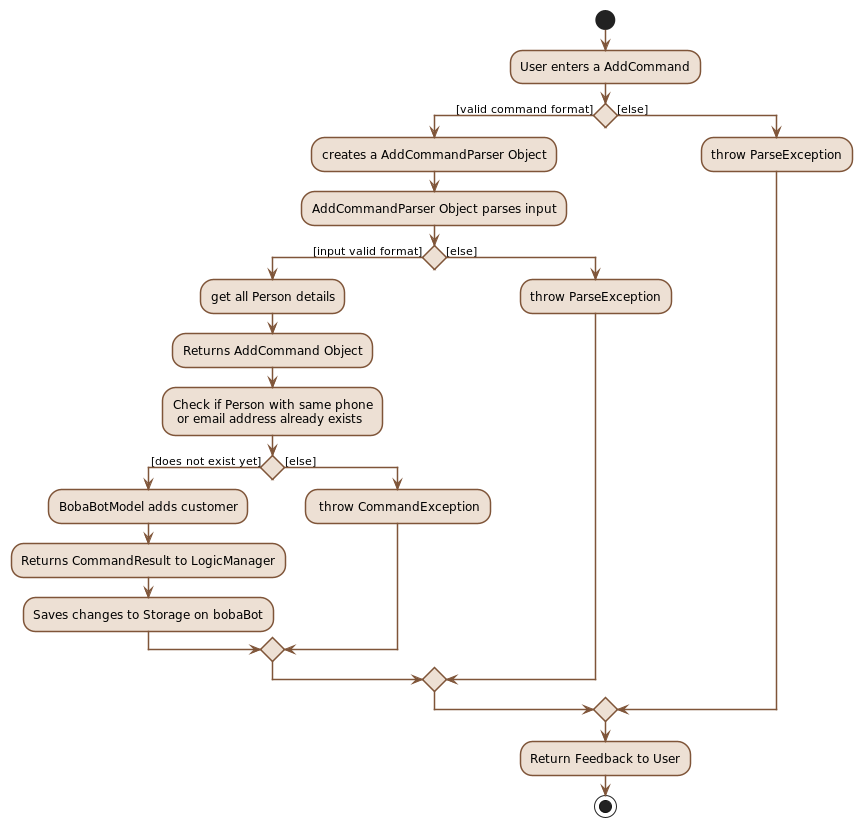
Earlier version of the PlantUML export docs/images/AddActivityDiagram.png (nus-cs2103-AY2223S1/tp). Its diagram source:
```plantuml
@startuml

start
skinparam activityBorderThickness 1.5
skinparam activity {
    BorderColor #7F5539
    BackgroundColor #EDE0D4
    arrowColor #7F5539
}
:User enters a AddCommand;
if () then ([valid command format])
  :creates a AddCommandParser Object;
  :AddCommandParser Object parses input;
    if () then ([input valid format])
      :get all Person details;
      :Returns AddCommand Object;
      :Check if Person with same phone
       or email address already exists;
      if () then ([does not exist yet])
        :BobaBotModel adds customer;
        :Returns CommandResult to LogicManager;
        :Saves changes to Storage on bobaBot;
      else ([else])
        : throw CommandException;
      endif
    else ([else])
      :throw ParseException;
    endif
else ([else])
  :throw ParseException;
endif
:Return Feedback to User;
stop

@enduml
```
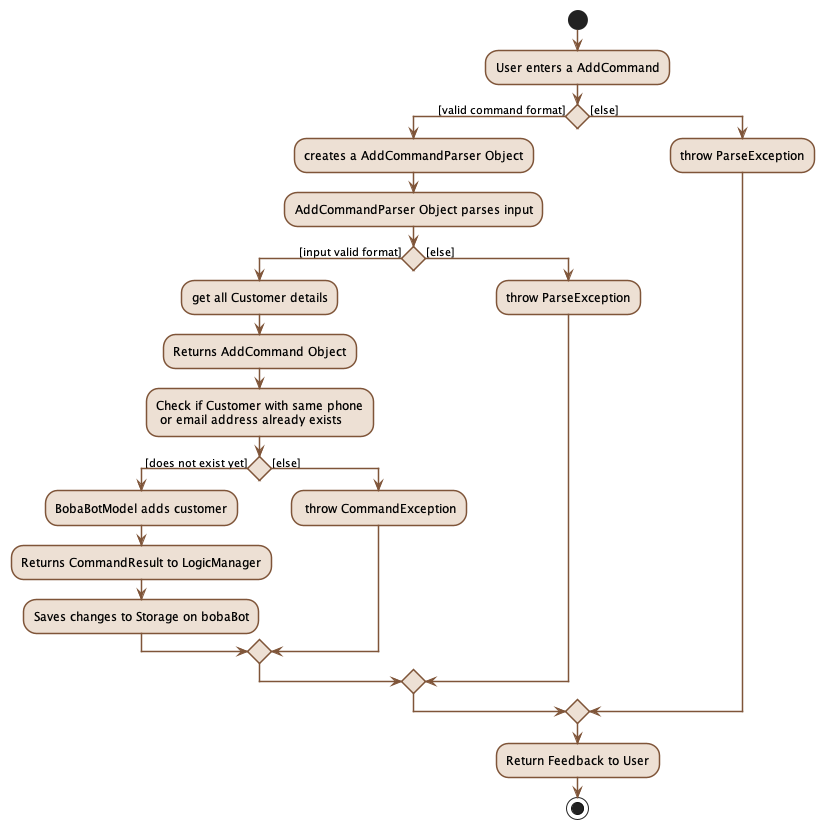
The same diagram one commit later.

Diff of the diagram source:
```diff
@@ -12,9 +12,9 @@
   :creates a AddCommandParser Object;
   :AddCommandParser Object parses input;
     if () then ([input valid format])
-      :get all Person details;
+      :get all Customer details;
       :Returns AddCommand Object;
-      :Check if Person with same phone
+      :Check if Customer with same phone
        or email address already exists;
       if () then ([does not exist yet])
         :BobaBotModel adds customer;
```
